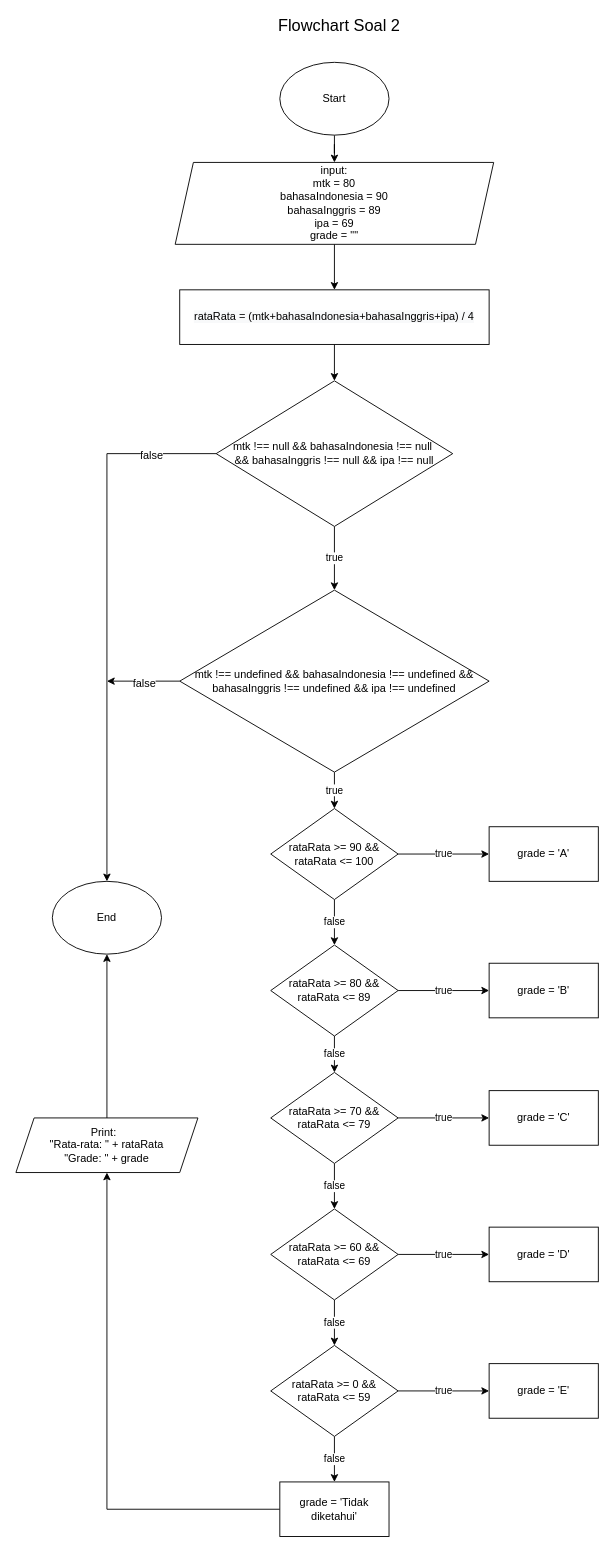
Above: soal2Final.drawio in rintosaputro/fw5-additional-flowchart (draw.io), before the change. Source tidied: cells renumbered, new cells numbered last; positions are measured from the earlier drawing's top-left corner, leaving out a move shared by most shapes. Both pictures are drawn from the tidied source at 91%, with x=0, y=0 at pixel (15, 16).
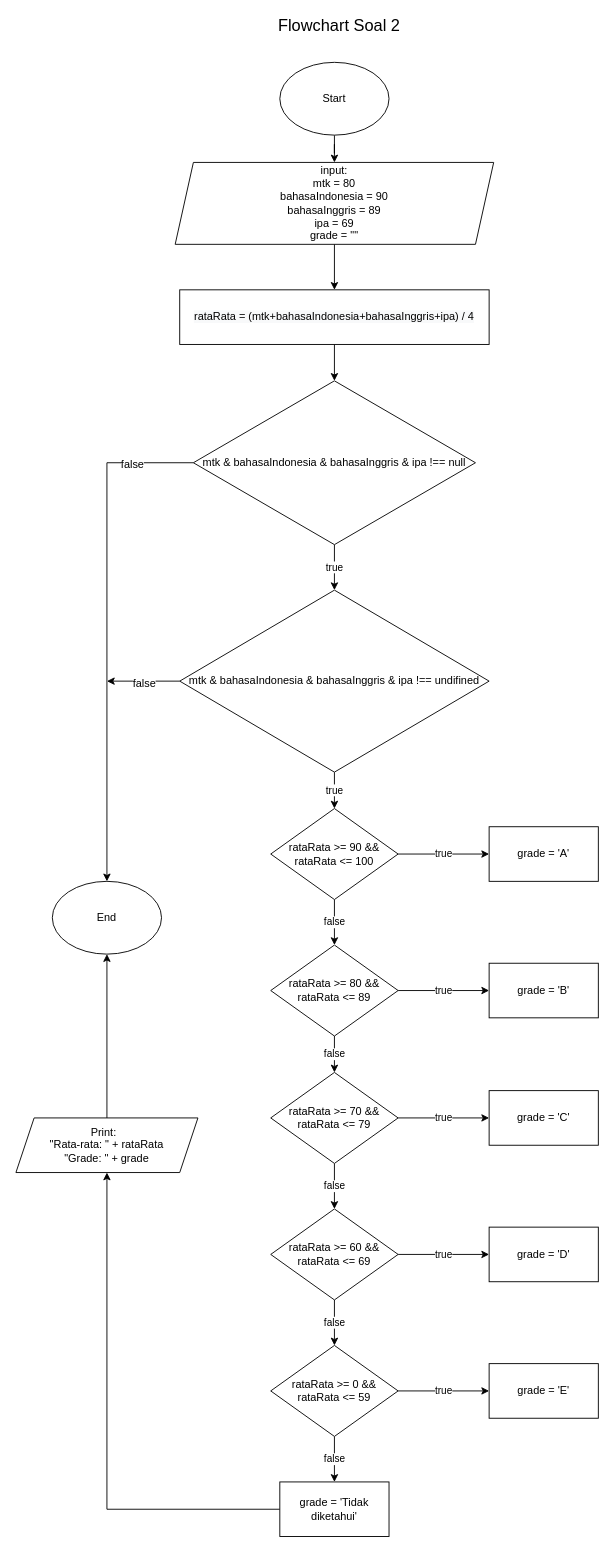
After the change.

Commit message (it also covers changes not shown here):
perbaikan flowchart

What changed in the source:
```diff
@@
-    <mxCell id="9" value="mtk !== null &amp;amp;&amp;amp; bahasaIndonesia !== null&amp;nbsp;&lt;br&gt;&amp;amp;&amp;amp; bahasaInggris !== null &amp;amp;&amp;amp; ipa !== null" style="rhombus;whiteSpace=wrap;html=1;" parent="1" vertex="1">
-      <mxGeometry x="220" y="400" width="260" height="160" as="geometry" />
+    <mxCell id="9" value="mtk &amp;amp; bahasaIndonesia &amp;amp; bahasaInggris &amp;amp; ipa !== null" style="rhombus;whiteSpace=wrap;html=1;" parent="1" vertex="1">
+      <mxGeometry x="195" y="400" width="310" height="180" as="geometry" />
     </mxCell>
@@
-    <mxCell id="12" value="mtk !== undefined &amp;amp;&amp;amp; bahasaIndonesia !== undefined &amp;amp;&amp;amp; bahasaInggris !== undefined &amp;amp;&amp;amp; ipa !== undefined" style="rhombus;whiteSpace=wrap;html=1;" parent="1" vertex="1">
+    <mxCell id="12" value="mtk &amp;amp; bahasaIndonesia &amp;amp; bahasaInggris &amp;amp; ipa !== undifined" style="rhombus;whiteSpace=wrap;html=1;" parent="1" vertex="1">
       <mxGeometry x="180" y="630" width="340" height="200" as="geometry" />
     </mxCell>
```
